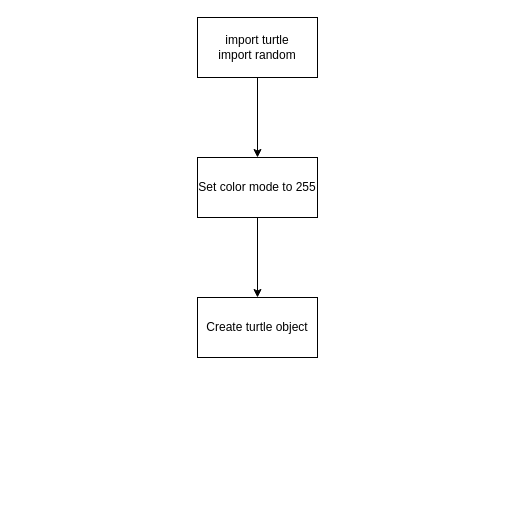
The draw.io diagram turtle_spirograph.drawio in Matasem-h/new_flowcharts, before the edit. Source tidied: cells renumbered, new cells numbered last; positions are measured from the earlier drawing's top-left corner, leaving out a move shared by most shapes. Both pictures are drawn from the tidied source at 100%, with x=0, y=0 at pixel (197, 17).
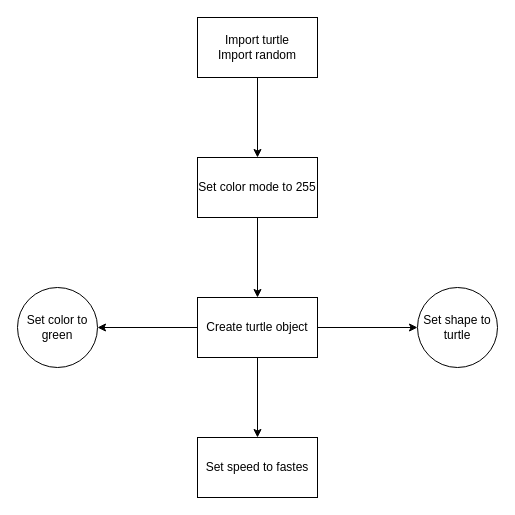
Above is the later version.

Diff of the diagram source:
```diff
@@
 <mxGraphModel>
   <root>
     <mxCell id="0" />
     <mxCell id="1" parent="0" />
     <mxCell id="2" style="edgeStyle=orthogonalEdgeStyle;rounded=0;jettySize=auto;html=1;" parent="1" edge="1" source="3" target="5">
       <mxGeometry relative="1" as="geometry" />
     </mxCell>
-    <mxCell id="3" value="&lt;div&gt;import turtle&lt;/div&gt;&lt;div&gt;import random&lt;br&gt;&lt;/div&gt;" style="rounded=0;whiteSpace=wrap;html=1;" parent="1" vertex="1">
+    <mxCell id="3" value="&lt;div&gt;Import turtle&lt;/div&gt;&lt;div&gt;Import random&lt;br&gt;&lt;/div&gt;" style="rounded=0;whiteSpace=wrap;html=1;" parent="1" vertex="1">
       <mxGeometry width="120" height="60" as="geometry" />
     </mxCell>
     <mxCell id="4" style="edgeStyle=orthogonalEdgeStyle;rounded=0;jettySize=auto;html=1;" parent="1" edge="1" source="5" target="6">
       <mxGeometry relative="1" as="geometry" />
     </mxCell>
     <mxCell id="5" value="Set color mode to 255" style="rounded=0;whiteSpace=wrap;html=1;" parent="1" vertex="1">
       <mxGeometry y="140" width="120" height="60" as="geometry" />
     </mxCell>
+    <mxCell id="7" style="edgeStyle=orthogonalEdgeStyle;rounded=0;jettySize=auto;html=1;" parent="1" edge="1" source="6" target="10">
+      <mxGeometry relative="1" as="geometry" />
+    </mxCell>
+    <mxCell id="8" style="edgeStyle=orthogonalEdgeStyle;rounded=0;jettySize=auto;html=1;" parent="1" edge="1" source="6" target="11">
+      <mxGeometry relative="1" as="geometry" />
+    </mxCell>
+    <mxCell id="9" style="edgeStyle=orthogonalEdgeStyle;rounded=0;jettySize=auto;html=1;" parent="1" edge="1" source="6" target="12">
+      <mxGeometry relative="1" as="geometry" />
+    </mxCell>
     <mxCell id="6" value="Create turtle object " style="whiteSpace=wrap;html=1;rounded=0;" parent="1" vertex="1">
       <mxGeometry y="280" width="120" height="60" as="geometry" />
     </mxCell>
+    <mxCell id="10" value="Set shape to turtle" style="ellipse;whiteSpace=wrap;html=1;rounded=0;" parent="1" vertex="1">
+      <mxGeometry x="220" y="270" width="80" height="80" as="geometry" />
+    </mxCell>
+    <mxCell id="11" value="Set color to green" style="ellipse;whiteSpace=wrap;html=1;rounded=0;" parent="1" vertex="1">
+      <mxGeometry x="-180" y="270" width="80" height="80" as="geometry" />
+    </mxCell>
+    <mxCell id="12" value="Set speed to fastes" style="whiteSpace=wrap;html=1;rounded=0;" parent="1" vertex="1">
+      <mxGeometry y="420" width="120" height="60" as="geometry" />
+    </mxCell>
   </root>
 </mxGraphModel>
```
